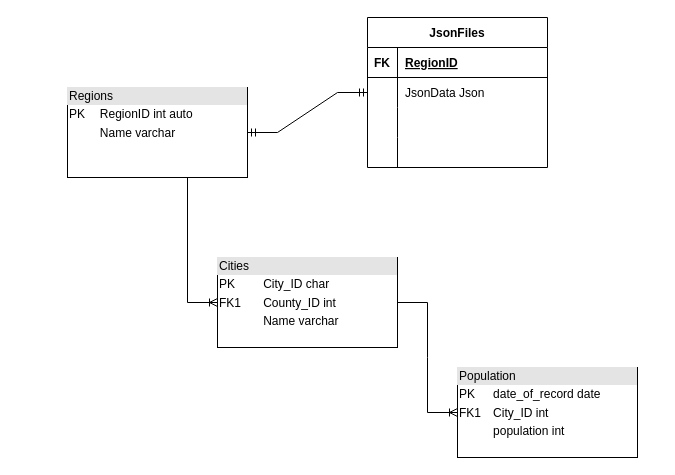
The draw.io diagram Practice4/database_diagram (1).drawio in Frillion/mysqlDatabases2022, before the edit. Source tidied: cells renumbered, new cells numbered last; positions are measured from the earlier drawing's top-left corner, leaving out a move shared by most shapes. Both pictures are drawn from the tidied source at 100%, with x=0, y=0 at pixel (67, 17).
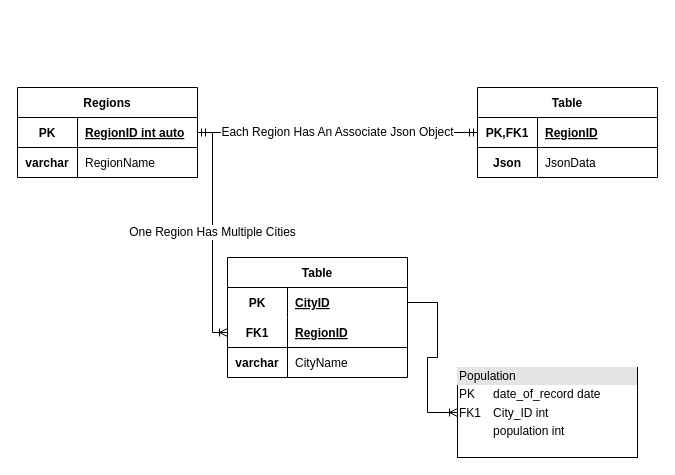
Above is the later version.

Commit message:
Fixing up the previous database diagram so it looks nicer

Unchanged cells that the change refers to:
```xml
<mxCell id="6" value="&lt;div style=&quot;box-sizing: border-box ; width: 100% ; background: #e4e4e4 ; padding: 2px&quot;&gt;Population&lt;/div&gt;&lt;table style=&quot;width: 100% ; font-size: 1em&quot; cellpadding=&quot;2&quot; cellspacing=&quot;0&quot;&gt;&lt;tbody&gt;&lt;tr&gt;&lt;td&gt;PK&lt;/td&gt;&lt;td&gt;date_of_record date&lt;/td&gt;&lt;/tr&gt;&lt;tr&gt;&lt;td&gt;FK1&lt;/td&gt;&lt;td&gt;City_ID int&lt;/td&gt;&lt;/tr&gt;&lt;tr&gt;&lt;td&gt;&lt;/td&gt;&lt;td&gt;population int&lt;br&gt;&lt;br&gt;&lt;/td&gt;&lt;/tr&gt;&lt;/tbody&gt;&lt;/table&gt;" style="verticalAlign=top;align=left;overflow=fill;html=1;" parent="1" vertex="1">
  <mxGeometry x="390" y="350" width="180" height="90" as="geometry" />
</mxCell>
```

Change to the diagram source:
```diff
@@
-<mxGraphModel>
+<mxGraphModel background="#FFFFFF">
@@
-    <mxCell id="2" value="&lt;div style=&quot;box-sizing: border-box ; width: 100% ; background: #e4e4e4 ; padding: 2px&quot;&gt;Regions&lt;/div&gt;&lt;table style=&quot;width: 100% ; font-size: 1em&quot; cellpadding=&quot;2&quot; cellspacing=&quot;0&quot;&gt;&lt;tbody&gt;&lt;tr&gt;&lt;td&gt;PK&lt;/td&gt;&lt;td&gt;RegionID int auto&lt;/td&gt;&lt;/tr&gt;&lt;tr&gt;&lt;td&gt;&lt;br&gt;&lt;/td&gt;&lt;td&gt;Name varchar&lt;/td&gt;&lt;/tr&gt;&lt;tr&gt;&lt;td&gt;&lt;/td&gt;&lt;td&gt;&lt;br&gt;&lt;/td&gt;&lt;/tr&gt;&lt;/tbody&gt;&lt;/table&gt;" style="verticalAlign=top;align=left;overflow=fill;html=1;" parent="1" vertex="1">
-      <mxGeometry y="70" width="180" height="90" as="geometry" />
-    </mxCell>
-    <mxCell id="3" style="edgeStyle=entityRelationEdgeStyle;fontSize=12;html=1;endArrow=ERoneToMany;rounded=0;exitX=0.5;exitY=1;exitDx=0;exitDy=0;entryX=0;entryY=0.5;entryDx=0;entryDy=0;" parent="1" edge="1" source="2" target="4">
+    <mxCell id="3" value="One Region Has Multiple Cities" style="edgeStyle=elbowEdgeStyle;fontSize=12;html=1;endArrow=ERoneToMany;rounded=0;exitX=1;exitY=0.5;exitDx=0;exitDy=0;entryX=0;entryY=0.5;entryDx=0;entryDy=0;" parent="1" edge="1" source="22" target="39">
       <mxGeometry relative="1" as="geometry" />
     </mxCell>
-    <mxCell id="4" value="&lt;div style=&quot;box-sizing: border-box ; width: 100% ; background: #e4e4e4 ; padding: 2px&quot;&gt;Cities&lt;/div&gt;&lt;table style=&quot;width: 100% ; font-size: 1em&quot; cellpadding=&quot;2&quot; cellspacing=&quot;0&quot;&gt;&lt;tbody&gt;&lt;tr&gt;&lt;td&gt;PK&lt;/td&gt;&lt;td&gt;City_ID char&lt;/td&gt;&lt;/tr&gt;&lt;tr&gt;&lt;td&gt;FK1&lt;/td&gt;&lt;td&gt;County_ID int&amp;nbsp;&lt;/td&gt;&lt;/tr&gt;&lt;tr&gt;&lt;td&gt;&lt;/td&gt;&lt;td&gt;Name varchar&lt;/td&gt;&lt;/tr&gt;&lt;/tbody&gt;&lt;/table&gt;" style="verticalAlign=top;align=left;overflow=fill;html=1;" parent="1" vertex="1">
-      <mxGeometry x="150" y="240" width="180" height="90" as="geometry" />
-    </mxCell>
-    <mxCell id="5" style="edgeStyle=entityRelationEdgeStyle;fontSize=12;html=1;endArrow=ERoneToMany;rounded=0;exitX=1;exitY=0.5;exitDx=0;exitDy=0;entryX=0;entryY=0.5;entryDx=0;entryDy=0;" parent="1" edge="1" source="4" target="6">
+    <mxCell id="5" style="edgeStyle=entityRelationEdgeStyle;fontSize=12;html=1;endArrow=ERoneToMany;rounded=0;exitX=1;exitY=0.5;exitDx=0;exitDy=0;entryX=0;entryY=0.5;entryDx=0;entryDy=0;" parent="1" edge="1" source="36" target="6">
       <mxGeometry relative="1" as="geometry" />
     </mxCell>
@@
-    <mxCell id="7" value="JsonFiles" style="shape=table;startSize=30;childLayout=tableLayout;rowLines=0;fontStyle=1;align=center;" parent="1" vertex="1">
-      <mxGeometry x="300" width="180" height="150" as="geometry" />
-    </mxCell>
-    <mxCell id="8" style="shape=tableRow;horizontal=0;startSize=0;swimlaneHead=0;swimlaneBody=0;fillColor=none;top=0;left=0;right=0;bottom=1;" parent="7" vertex="1">
-      <mxGeometry y="30" width="180" height="30" as="geometry" />
-    </mxCell>
-    <mxCell id="9" value="FK" style="shape=partialRectangle;fillColor=none;top=0;left=0;bottom=0;right=0;fontStyle=1;overflow=hidden;" parent="8" vertex="1">
-      <mxGeometry width="30" height="30" as="geometry" />
-    </mxCell>
-    <mxCell id="10" value="RegionID" style="shape=partialRectangle;fillColor=none;top=0;left=0;bottom=0;right=0;align=left;spacingLeft=6;fontStyle=5;overflow=hidden;" parent="8" vertex="1">
-      <mxGeometry x="30" width="150" height="30" as="geometry" />
-    </mxCell>
-    <mxCell id="11" style="shape=tableRow;horizontal=0;startSize=0;swimlaneHead=0;swimlaneBody=0;fillColor=none;points=[[0,0.5],[1,0.5]];portConstraint=eastwest;top=0;left=0;right=0;bottom=0;" parent="7" vertex="1">
-      <mxGeometry y="60" width="180" height="30" as="geometry" />
-    </mxCell>
-    <mxCell id="12" style="shape=partialRectangle;fillColor=none;top=0;left=0;bottom=0;right=0;overflow=hidden;" parent="11" vertex="1">
-      <mxGeometry width="30" height="30" as="geometry" />
-    </mxCell>
-    <mxCell id="13" value="JsonData Json" style="shape=partialRectangle;fillColor=none;top=0;left=0;bottom=0;right=0;align=left;spacingLeft=6;overflow=hidden;" parent="11" vertex="1">
-      <mxGeometry x="30" width="150" height="30" as="geometry" />
-    </mxCell>
+    <mxCell id="20" value="Each Region Has An Associate Json Object" style="edgeStyle=entityRelationEdgeStyle;fontSize=12;html=1;endArrow=ERmandOne;startArrow=ERmandOne;rounded=0;exitX=1;exitY=0.5;exitDx=0;exitDy=0;entryX=0;entryY=0.5;entryDx=0;entryDy=0;" parent="1" edge="1" source="22" target="29">
+      <mxGeometry relative="1" as="geometry" />
+    </mxCell>
+    <mxCell id="21" value="Regions" style="shape=table;startSize=30;childLayout=tableLayout;rowLines=0;fontStyle=1;align=center;" parent="1" vertex="1">
+      <mxGeometry x="-50" y="70" width="180" height="90" as="geometry" />
+    </mxCell>
+    <mxCell id="22" style="shape=tableRow;horizontal=0;startSize=0;swimlaneHead=0;swimlaneBody=0;fillColor=none;points=[[0,0.5],[1,0.5]];portConstraint=eastwest;top=0;left=0;right=0;bottom=1;" parent="21" vertex="1">
+      <mxGeometry y="30" width="180" height="30" as="geometry" />
+    </mxCell>
+    <mxCell id="23" value="PK" style="shape=partialRectangle;fillColor=none;top=0;left=0;bottom=0;right=0;fontStyle=1;overflow=hidden;" parent="22" vertex="1">
+      <mxGeometry width="60" height="30" as="geometry" />
+    </mxCell>
+    <mxCell id="24" value="RegionID int auto" style="shape=partialRectangle;fillColor=none;top=0;left=0;bottom=0;right=0;align=left;spacingLeft=6;fontStyle=5;overflow=hidden;" parent="22" vertex="1">
+      <mxGeometry x="60" width="120" height="30" as="geometry" />
+    </mxCell>
+    <mxCell id="25" style="shape=tableRow;horizontal=0;startSize=0;swimlaneHead=0;swimlaneBody=0;fillColor=none;top=0;left=0;right=0;bottom=0;" parent="21" vertex="1">
+      <mxGeometry y="60" width="180" height="30" as="geometry" />
+    </mxCell>
+    <mxCell id="26" value="varchar" style="shape=partialRectangle;fillColor=none;top=0;left=0;bottom=0;right=0;overflow=hidden;fontStyle=1;" parent="25" vertex="1">
+      <mxGeometry width="60" height="30" as="geometry" />
+    </mxCell>
+    <mxCell id="27" value="RegionName" style="shape=partialRectangle;fillColor=none;top=0;left=0;bottom=0;right=0;align=left;spacingLeft=6;overflow=hidden;" parent="25" vertex="1">
+      <mxGeometry x="60" width="120" height="30" as="geometry" />
+    </mxCell>
+    <mxCell id="28" value="Table" style="shape=table;startSize=30;childLayout=tableLayout;rowLines=0;fontStyle=1;align=center;" parent="1" vertex="1">
+      <mxGeometry x="410" y="70" width="180" height="90" as="geometry" />
+    </mxCell>
+    <mxCell id="29" style="shape=tableRow;horizontal=0;startSize=0;swimlaneHead=0;swimlaneBody=0;fillColor=none;points=[[0,0.5],[1,0.5]];portConstraint=eastwest;top=0;left=0;right=0;bottom=1;" parent="28" vertex="1">
+      <mxGeometry y="30" width="180" height="30" as="geometry" />
+    </mxCell>
+    <mxCell id="30" value="PK,FK1" style="shape=partialRectangle;fillColor=none;top=0;left=0;bottom=0;right=0;fontStyle=1;overflow=hidden;" parent="29" vertex="1">
+      <mxGeometry width="60" height="30" as="geometry" />
+    </mxCell>
+    <mxCell id="31" value="RegionID" style="shape=partialRectangle;fillColor=none;top=0;left=0;bottom=0;right=0;align=left;spacingLeft=6;fontStyle=5;overflow=hidden;" parent="29" vertex="1">
+      <mxGeometry x="60" width="120" height="30" as="geometry" />
+    </mxCell>
+    <mxCell id="32" style="shape=tableRow;horizontal=0;startSize=0;swimlaneHead=0;swimlaneBody=0;fillColor=none;top=0;left=0;right=0;bottom=0;" parent="28" vertex="1">
+      <mxGeometry y="60" width="180" height="30" as="geometry" />
+    </mxCell>
+    <mxCell id="33" value="Json" style="shape=partialRectangle;fillColor=none;top=0;left=0;bottom=0;right=0;overflow=hidden;fontStyle=1;" parent="32" vertex="1">
+      <mxGeometry width="60" height="30" as="geometry" />
+    </mxCell>
+    <mxCell id="34" value="JsonData" style="shape=partialRectangle;fillColor=none;top=0;left=0;bottom=0;right=0;align=left;spacingLeft=6;overflow=hidden;" parent="32" vertex="1">
+      <mxGeometry x="60" width="120" height="30" as="geometry" />
+    </mxCell>
+    <mxCell id="35" value="Table" style="shape=table;startSize=30;childLayout=tableLayout;rowLines=0;fontStyle=1;align=center;" parent="1" vertex="1">
+      <mxGeometry x="160" y="240" width="180" height="120" as="geometry" />
+    </mxCell>
+    <mxCell id="36" style="shape=tableRow;horizontal=0;startSize=0;swimlaneHead=0;swimlaneBody=0;fillColor=none;points=[[0,0.5],[1,0.5]];portConstraint=eastwest;top=0;left=0;right=0;bottom=0;" parent="35" vertex="1">
+      <mxGeometry y="30" width="180" height="30" as="geometry" />
+    </mxCell>
+    <mxCell id="37" value="PK" style="shape=partialRectangle;fillColor=none;top=0;left=0;bottom=0;right=0;fontStyle=1;overflow=hidden;" parent="36" vertex="1">
+      <mxGeometry width="60" height="30" as="geometry" />
+    </mxCell>
+    <mxCell id="38" value="CityID" style="shape=partialRectangle;fillColor=none;top=0;left=0;bottom=0;right=0;align=left;spacingLeft=6;fontStyle=5;overflow=hidden;" parent="36" vertex="1">
+      <mxGeometry x="60" width="120" height="30" as="geometry" />
+    </mxCell>
+    <mxCell id="39" style="shape=tableRow;horizontal=0;startSize=0;swimlaneHead=0;swimlaneBody=0;fillColor=none;points=[[0,0.5],[1,0.5]];portConstraint=eastwest;top=0;left=0;right=0;bottom=1;" parent="35" vertex="1">
+      <mxGeometry y="60" width="180" height="30" as="geometry" />
+    </mxCell>
+    <mxCell id="40" value="FK1" style="shape=partialRectangle;fillColor=none;top=0;left=0;bottom=0;right=0;fontStyle=1;overflow=hidden;" parent="39" vertex="1">
+      <mxGeometry width="60" height="30" as="geometry" />
+    </mxCell>
+    <mxCell id="41" value="RegionID" style="shape=partialRectangle;fillColor=none;top=0;left=0;bottom=0;right=0;align=left;spacingLeft=6;fontStyle=5;overflow=hidden;" parent="39" vertex="1">
+      <mxGeometry x="60" width="120" height="30" as="geometry" />
+    </mxCell>
-    <mxCell id="14" style="shape=tableRow;horizontal=0;startSize=0;swimlaneHead=0;swimlaneBody=0;fillColor=none;top=0;left=0;right=0;bottom=0;" parent="7" vertex="1">
+    <mxCell id="14" style="shape=tableRow;horizontal=0;startSize=0;swimlaneHead=0;swimlaneBody=0;fillColor=none;top=0;left=0;right=0;bottom=0;" parent="35" vertex="1">
       <mxGeometry y="90" width="180" height="30" as="geometry" />
     </mxCell>
-    <mxCell id="15" style="shape=partialRectangle;fillColor=none;top=0;left=0;bottom=0;right=0;overflow=hidden;" parent="14" vertex="1">
-      <mxGeometry width="30" height="30" as="geometry" />
-    </mxCell>
-    <mxCell id="16" style="shape=partialRectangle;fillColor=none;top=0;left=0;bottom=0;right=0;align=left;spacingLeft=6;overflow=hidden;" parent="14" vertex="1">
-      <mxGeometry x="30" width="150" height="30" as="geometry" />
-    </mxCell>
-    <mxCell id="17" style="shape=tableRow;horizontal=0;startSize=0;swimlaneHead=0;swimlaneBody=0;fillColor=none;top=0;left=0;right=0;bottom=0;" parent="7" vertex="1">
-      <mxGeometry y="120" width="180" height="30" as="geometry" />
-    </mxCell>
-    <mxCell id="18" style="shape=partialRectangle;fillColor=none;top=0;left=0;bottom=0;right=0;overflow=hidden;" parent="17" vertex="1">
-      <mxGeometry width="30" height="30" as="geometry" />
-    </mxCell>
-    <mxCell id="19" style="shape=partialRectangle;fillColor=none;top=0;left=0;bottom=0;right=0;align=left;spacingLeft=6;overflow=hidden;" parent="17" vertex="1">
-      <mxGeometry x="30" width="150" height="30" as="geometry" />
-    </mxCell>
-    <mxCell id="20" style="edgeStyle=entityRelationEdgeStyle;fontSize=12;html=1;endArrow=ERmandOne;startArrow=ERmandOne;rounded=0;exitX=1;exitY=0.5;exitDx=0;exitDy=0;entryX=0;entryY=0.5;entryDx=0;entryDy=0;" parent="1" edge="1" source="2" target="11">
-      <mxGeometry relative="1" as="geometry" />
-    </mxCell>
+    <mxCell id="42" value="varchar" style="shape=partialRectangle;fillColor=none;top=0;left=0;bottom=0;right=0;overflow=hidden;fontStyle=1;" parent="14" vertex="1">
+      <mxGeometry width="60" height="30" as="geometry" />
+    </mxCell>
+    <mxCell id="43" value="CityName" style="shape=partialRectangle;fillColor=none;top=0;left=0;bottom=0;right=0;align=left;spacingLeft=6;overflow=hidden;" parent="14" vertex="1">
+      <mxGeometry x="60" width="120" height="30" as="geometry" />
+    </mxCell>
```
